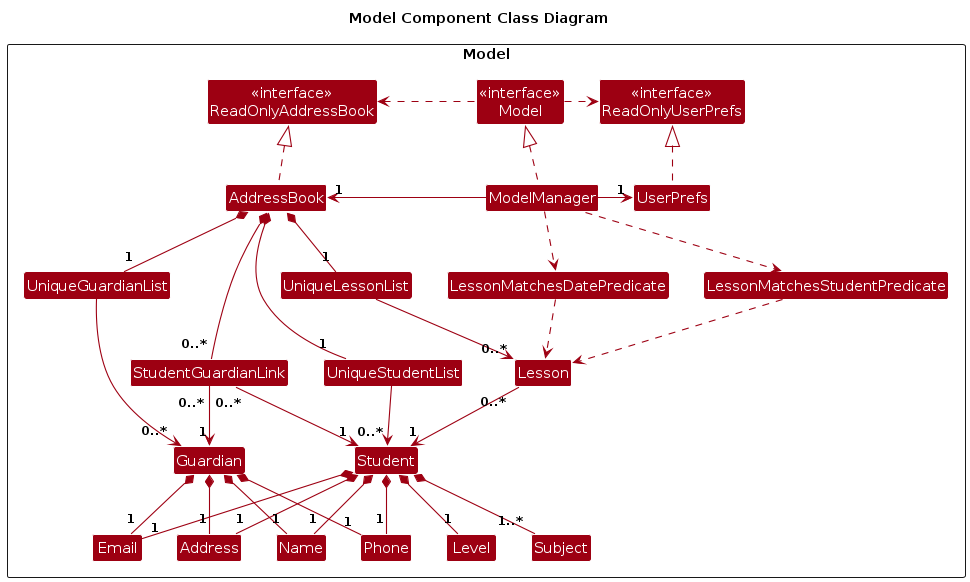
Earlier version of the PlantUML export diagrams/ModelClassDiagram.png (AY2627S1-CS2103T-T15-3/tp). Its source is kept beside it as diagrams/ModelClassDiagram.puml.
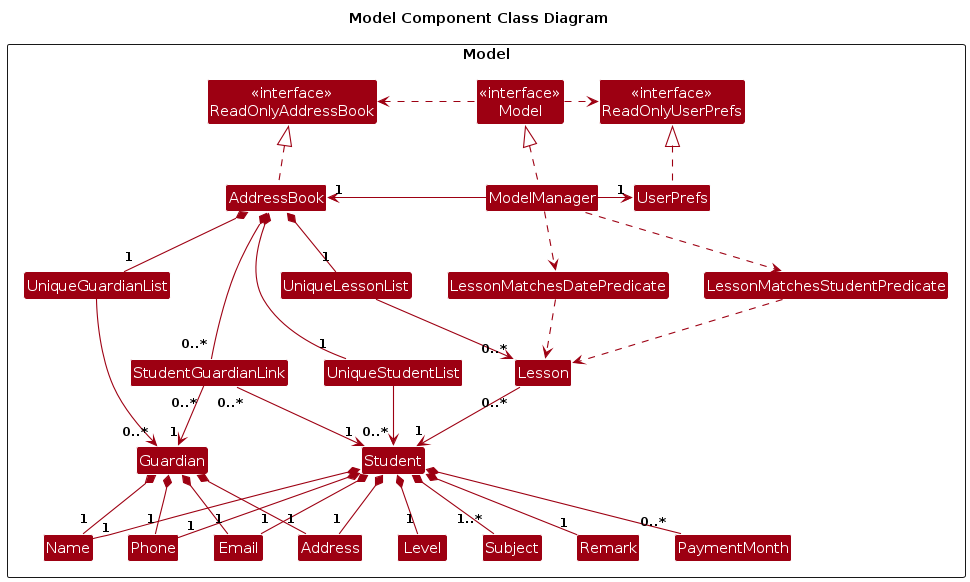
Above is the later version.

Change to the diagram source:
```diff
@@ -28,6 +28,8 @@
     Class Address
     Class Level
     Class Subject
+    Class Remark
+    Class PaymentMonth
 }
 
 AddressBook .up.|> ReadOnlyAddressBook
@@ -61,6 +63,8 @@
 Student *-- "1" Address
 Student *-- "1" Level
 Student *-- "1..*" Subject
+Student *-- "1" Remark
+Student *-- "0..*" PaymentMonth
 
 Guardian *-- "1" Name
 Guardian *-- "1" Phone
```
